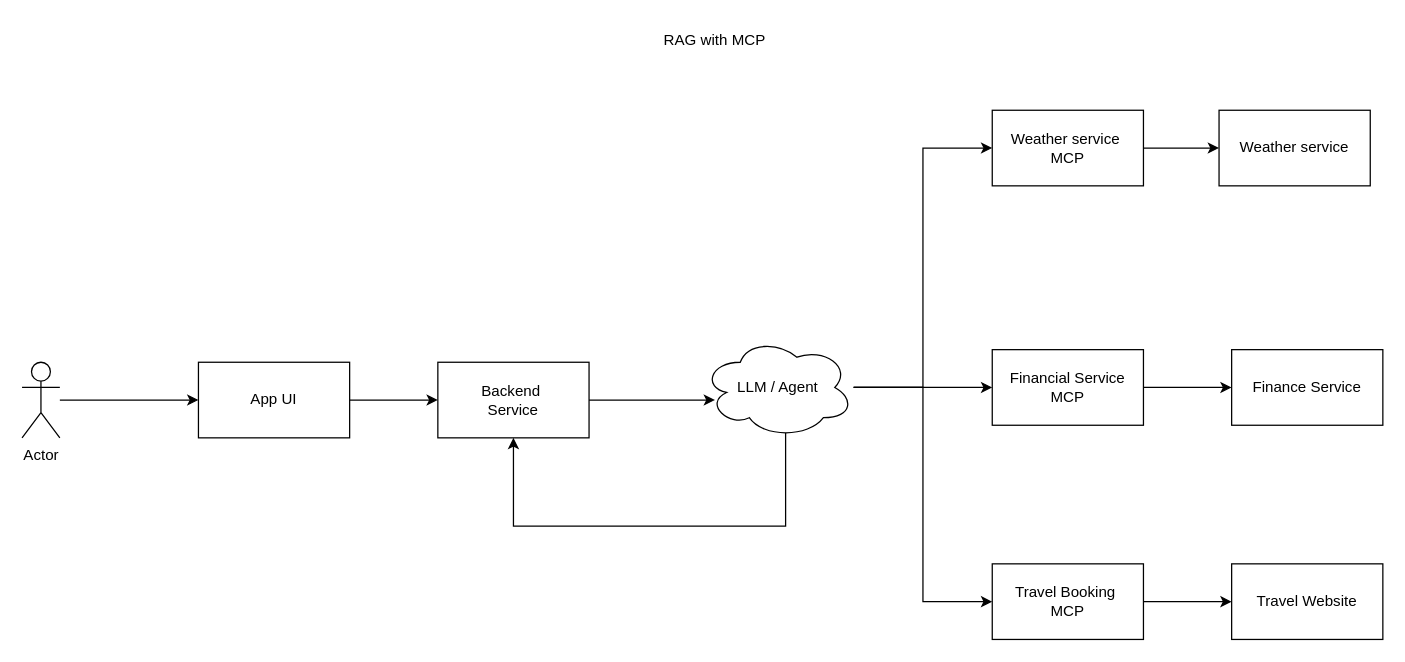
The draw.io diagram page "RAG system with MCP" (15 of 15) of System design.drawio in souravkayal/System-design, before the edit. Source tidied: cells renumbered, new cells numbered last; positions are measured from the earlier drawing's top-left corner, leaving out a move shared by most shapes. Both pictures are drawn from the tidied source at 126%, with x=0, y=0 at pixel (21, 21).
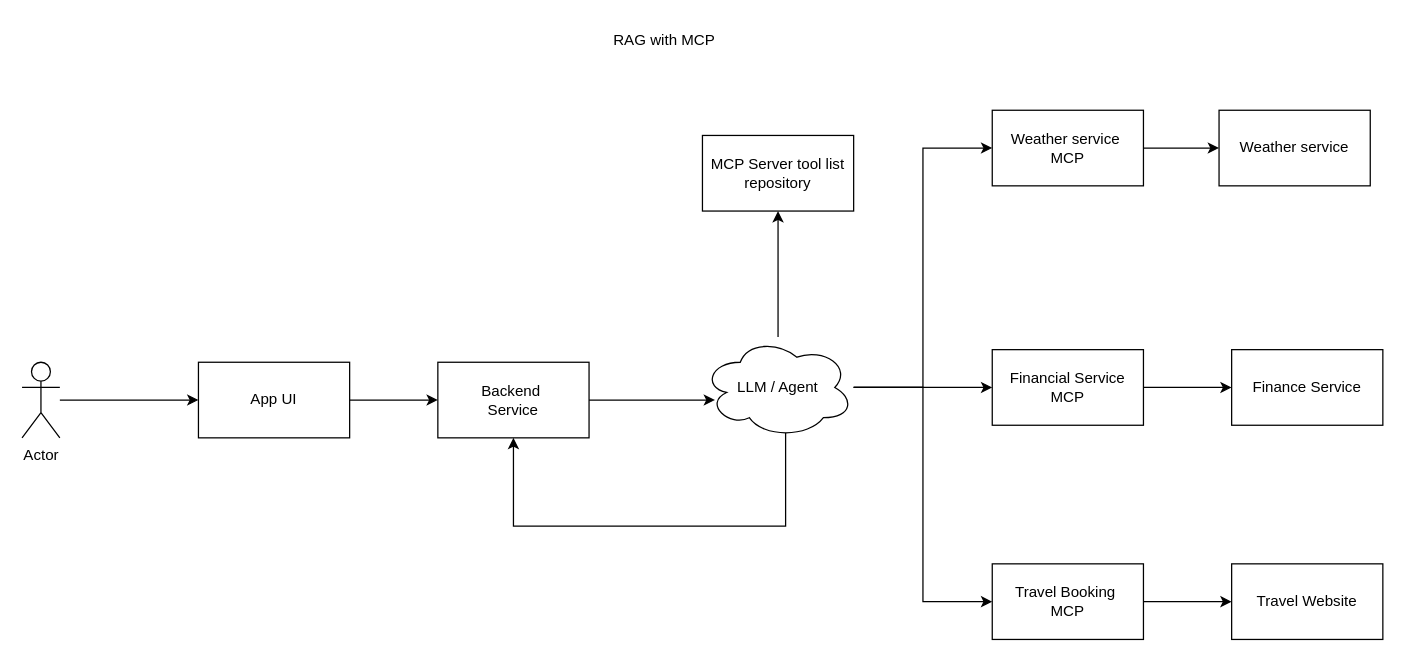
After the change.

Commit message:
tool list node added in MCP server

tool list node added in MCP server

Unchanged cells that the change refers to:
```xml
<mxCell id="15" value="LLM / Agent" style="ellipse;shape=cloud;whiteSpace=wrap;html=1;" parent="1" vertex="1">
  <mxGeometry x="540" y="250" width="120" height="80" as="geometry" />
</mxCell>
```

The edit, as a diff of the source:
```diff
@@
     <mxCell id="2" value="RAG with MCP" style="text;html=1;align=center;verticalAlign=middle;whiteSpace=wrap;rounded=0;" parent="1" vertex="1">
-      <mxGeometry x="490" width="120" height="30" as="geometry" />
+      <mxGeometry x="450" width="120" height="30" as="geometry" />
     </mxCell>
@@
+    <mxCell id="23" style="edgeStyle=orthogonalEdgeStyle;rounded=0;jettySize=auto;html=1;entryX=0.5;entryY=1;entryDx=0;entryDy=0;" parent="1" edge="1" source="15" target="24">
+      <mxGeometry relative="1" as="geometry" />
+    </mxCell>
@@
+    <mxCell id="24" value="MCP Server tool list repository" style="rounded=0;whiteSpace=wrap;html=1;" parent="1" vertex="1">
+      <mxGeometry x="540" y="90" width="120" height="60" as="geometry" />
+    </mxCell>
```
